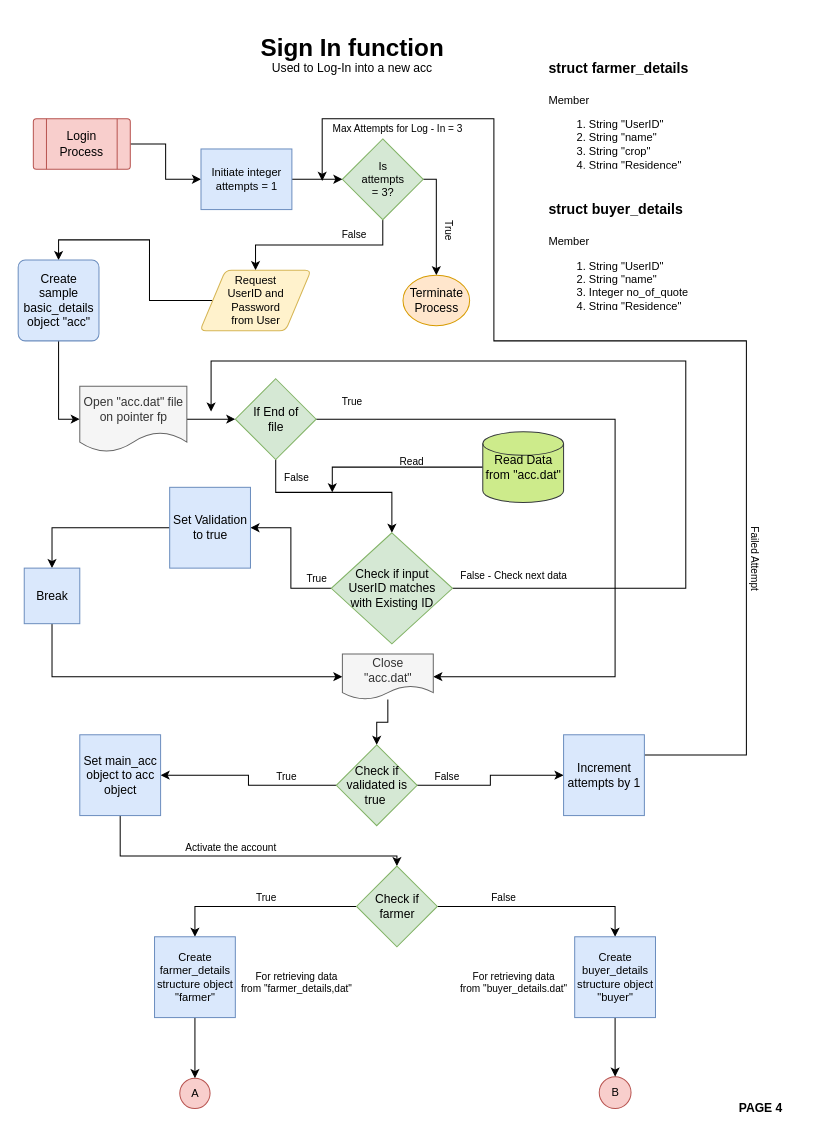
The draw.io diagram page "4. Sign_In" (4 of 14) of Flow Charts/Pdfs/Simplified.drawio in dhruvbanerjee77/FARMHOUSE-A-Marketing-Portal, before the edit. Source tidied: cells renumbered, new cells numbered last; positions are measured from the earlier drawing's top-left corner, leaving out a move shared by most shapes. Both pictures are drawn from the tidied source at 101%, with x=0, y=0 at pixel (18, 27).
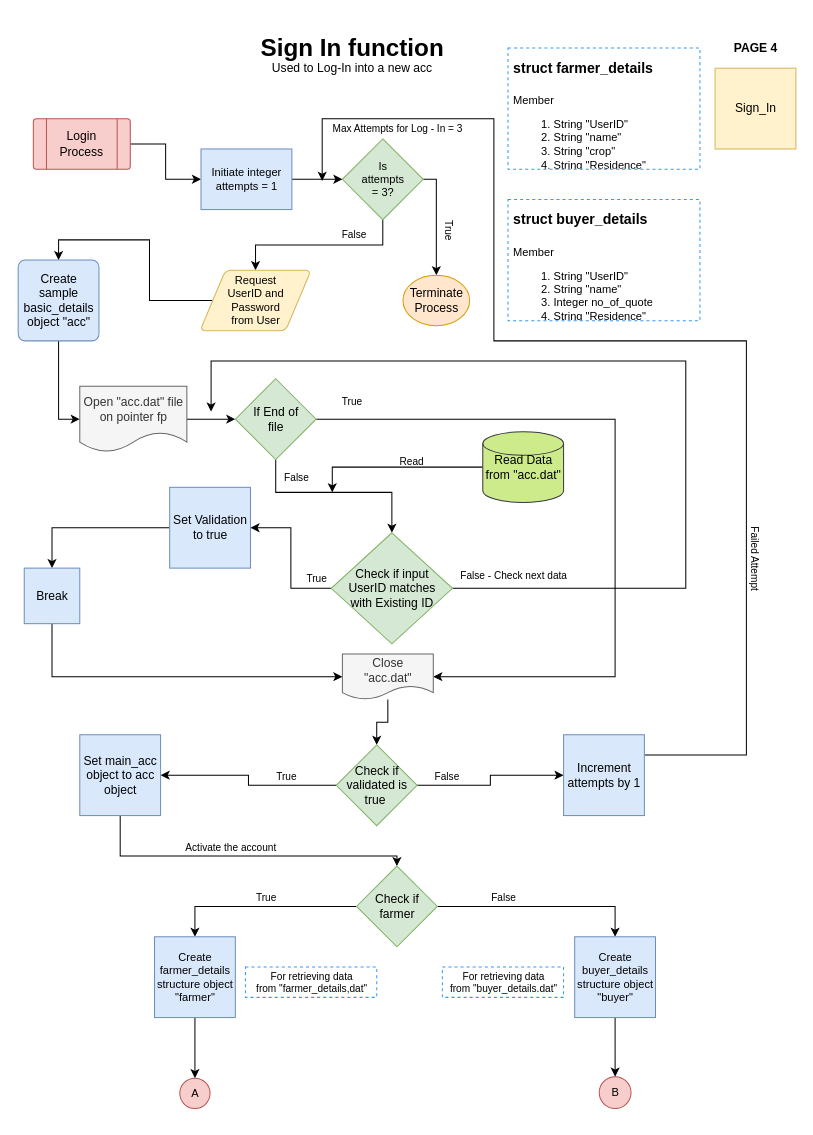
The same diagram, later.

Diff of the diagram source:
```diff
@@
-    <mxCell id="42" value="&lt;h1&gt;&lt;font style=&quot;font-size: 14px&quot;&gt;struct farmer_details&lt;/font&gt;&lt;/h1&gt;&lt;p&gt;Member&lt;/p&gt;&lt;p&gt;&lt;ol&gt;&lt;li&gt;String &quot;UserID&quot;&lt;/li&gt;&lt;li&gt;String &quot;name&quot;&lt;/li&gt;&lt;li&gt;String &quot;crop&quot;&lt;/li&gt;&lt;li&gt;String &quot;Residence&quot;&lt;/li&gt;&lt;/ol&gt;&lt;/p&gt;" style="text;html=1;strokeColor=none;fillColor=none;spacing=5;spacingTop=-20;whiteSpace=wrap;overflow=hidden;rounded=0;fontSize=11;" parent="1" vertex="1">
-      <mxGeometry x="519.5" y="20" width="190" height="120" as="geometry" />
+    <mxCell id="42" value="&lt;h1&gt;&lt;font style=&quot;font-size: 14px&quot;&gt;struct farmer_details&lt;/font&gt;&lt;/h1&gt;&lt;p&gt;Member&lt;/p&gt;&lt;p&gt;&lt;ol&gt;&lt;li&gt;String &quot;UserID&quot;&lt;/li&gt;&lt;li&gt;String &quot;name&quot;&lt;/li&gt;&lt;li&gt;String &quot;crop&quot;&lt;/li&gt;&lt;li&gt;String &quot;Residence&quot;&lt;/li&gt;&lt;/ol&gt;&lt;/p&gt;" style="text;html=1;strokeColor=#3399FF;fillColor=none;spacing=5;spacingTop=-20;whiteSpace=wrap;overflow=hidden;rounded=0;fontSize=11;dashed=1;" parent="1" vertex="1">
+      <mxGeometry x="484.5" y="20" width="190" height="120" as="geometry" />
     </mxCell>
-    <mxCell id="43" value="&lt;h1&gt;&lt;font style=&quot;font-size: 14px&quot;&gt;struct buyer_details&lt;/font&gt;&lt;/h1&gt;&lt;p&gt;Member&lt;/p&gt;&lt;p&gt;&lt;/p&gt;&lt;ol&gt;&lt;li&gt;String &quot;UserID&quot;&lt;/li&gt;&lt;li&gt;String &quot;name&quot;&lt;/li&gt;&lt;li&gt;Integer no_of_quote&lt;/li&gt;&lt;li&gt;String &quot;Residence&quot;&lt;/li&gt;&lt;/ol&gt;&lt;p&gt;&lt;/p&gt;" style="text;html=1;strokeColor=none;fillColor=none;spacing=5;spacingTop=-20;whiteSpace=wrap;overflow=hidden;rounded=0;fontSize=11;" parent="1" vertex="1">
-      <mxGeometry x="519.5" y="160" width="190" height="120" as="geometry" />
+    <mxCell id="43" value="&lt;h1&gt;&lt;font style=&quot;font-size: 14px&quot;&gt;struct buyer_details&lt;/font&gt;&lt;/h1&gt;&lt;p&gt;Member&lt;/p&gt;&lt;p&gt;&lt;/p&gt;&lt;ol&gt;&lt;li&gt;String &quot;UserID&quot;&lt;/li&gt;&lt;li&gt;String &quot;name&quot;&lt;/li&gt;&lt;li&gt;Integer no_of_quote&lt;/li&gt;&lt;li&gt;String &quot;Residence&quot;&lt;/li&gt;&lt;/ol&gt;&lt;p&gt;&lt;/p&gt;" style="text;html=1;strokeColor=#3399FF;fillColor=none;spacing=5;spacingTop=-20;whiteSpace=wrap;overflow=hidden;rounded=0;fontSize=11;dashed=1;" parent="1" vertex="1">
+      <mxGeometry x="484.5" y="170" width="190" height="120" as="geometry" />
     </mxCell>
@@
-    <mxCell id="64" value="For retrieving data&lt;br&gt;from &quot;farmer_details,dat&quot;" style="text;html=1;align=center;verticalAlign=middle;fontSize=10;" parent="1" vertex="1">
-      <mxGeometry x="209.5" y="930" width="130" height="30" as="geometry" />
+    <mxCell id="64" value="For retrieving data&lt;br&gt;from &quot;farmer_details,dat&quot;" style="text;html=1;align=center;verticalAlign=middle;fontSize=10;strokeColor=#3399FF;dashed=1;" parent="1" vertex="1">
+      <mxGeometry x="224.5" y="930" width="130" height="30" as="geometry" />
     </mxCell>
-    <mxCell id="65" value="For retrieving data&lt;br&gt;from &quot;buyer_details.dat&quot;" style="text;html=1;align=center;verticalAlign=middle;fontSize=10;" parent="1" vertex="1">
-      <mxGeometry x="429.5" y="930" width="120" height="30" as="geometry" />
+    <mxCell id="65" value="For retrieving data&lt;br&gt;from &quot;buyer_details.dat&quot;" style="text;html=1;align=center;verticalAlign=middle;fontSize=10;strokeColor=#3399FF;dashed=1;" parent="1" vertex="1">
+      <mxGeometry x="419.5" y="930" width="120" height="30" as="geometry" />
     </mxCell>
     <mxCell id="66" value="&lt;b&gt;PAGE 4&lt;br&gt;&lt;/b&gt;" style="text;html=1;strokeColor=none;fillColor=none;align=center;verticalAlign=middle;whiteSpace=wrap;rounded=0;" parent="1" vertex="1">
-      <mxGeometry x="710" y="1060" width="50" height="20" as="geometry" />
+      <mxGeometry x="704.5" y="10" width="50" height="20" as="geometry" />
     </mxCell>
+    <mxCell id="67" value="Sign_In" style="whiteSpace=wrap;html=1;fillColor=#fff2cc;strokeColor=#d6b656;" parent="1" vertex="1">
+      <mxGeometry x="689.5" y="40" width="80" height="80" as="geometry" />
+    </mxCell>
```
